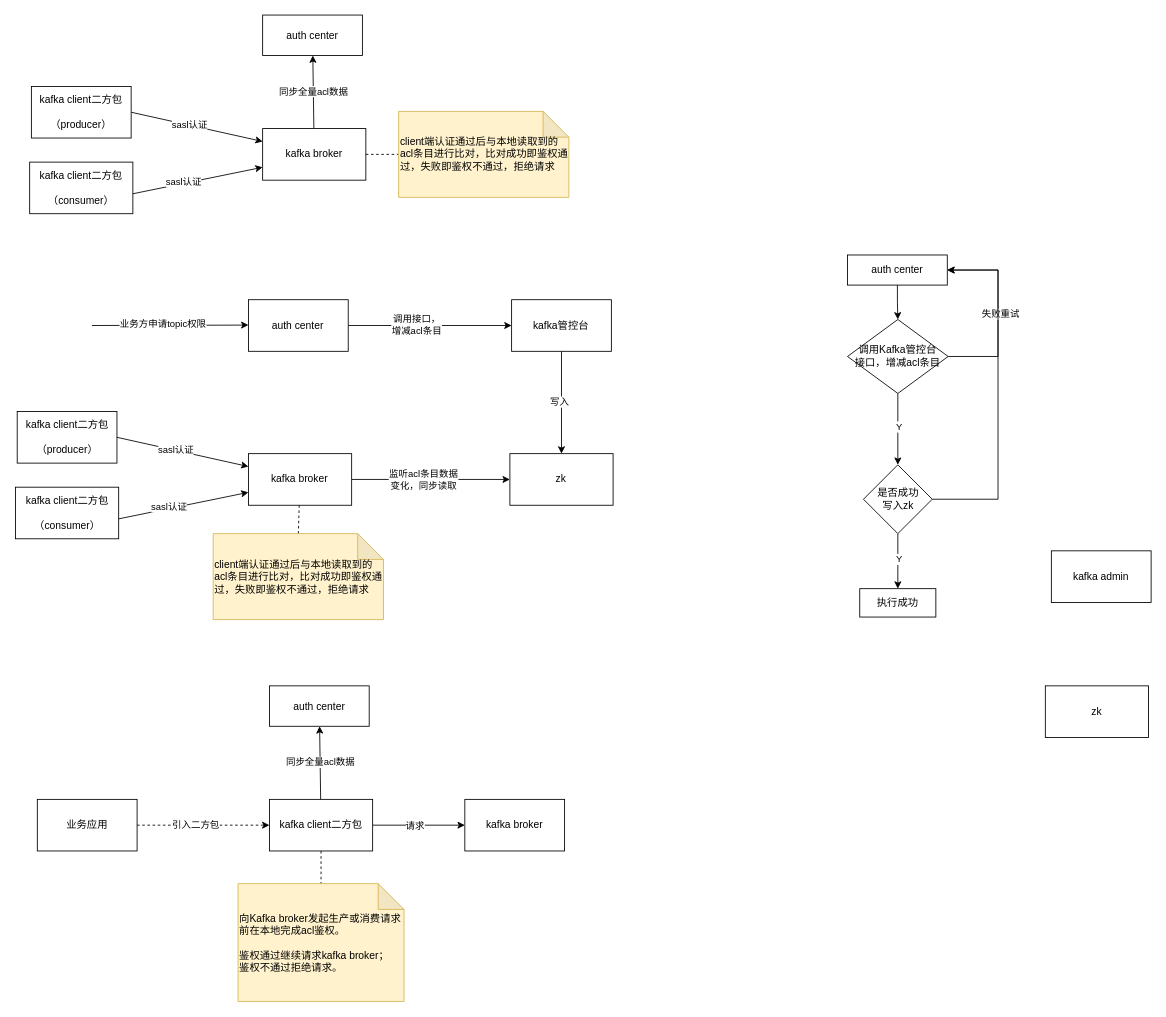
Above: kafka接入鉴权中心.drawio in gitcodeporter/draw-uml (draw.io), before the change. Source tidied: cells renumbered, new cells numbered last; positions are measured from the earlier drawing's top-left corner, leaving out a move shared by most shapes. Both pictures are drawn from the tidied source at 86%, with x=0, y=0 at pixel (15, 15).
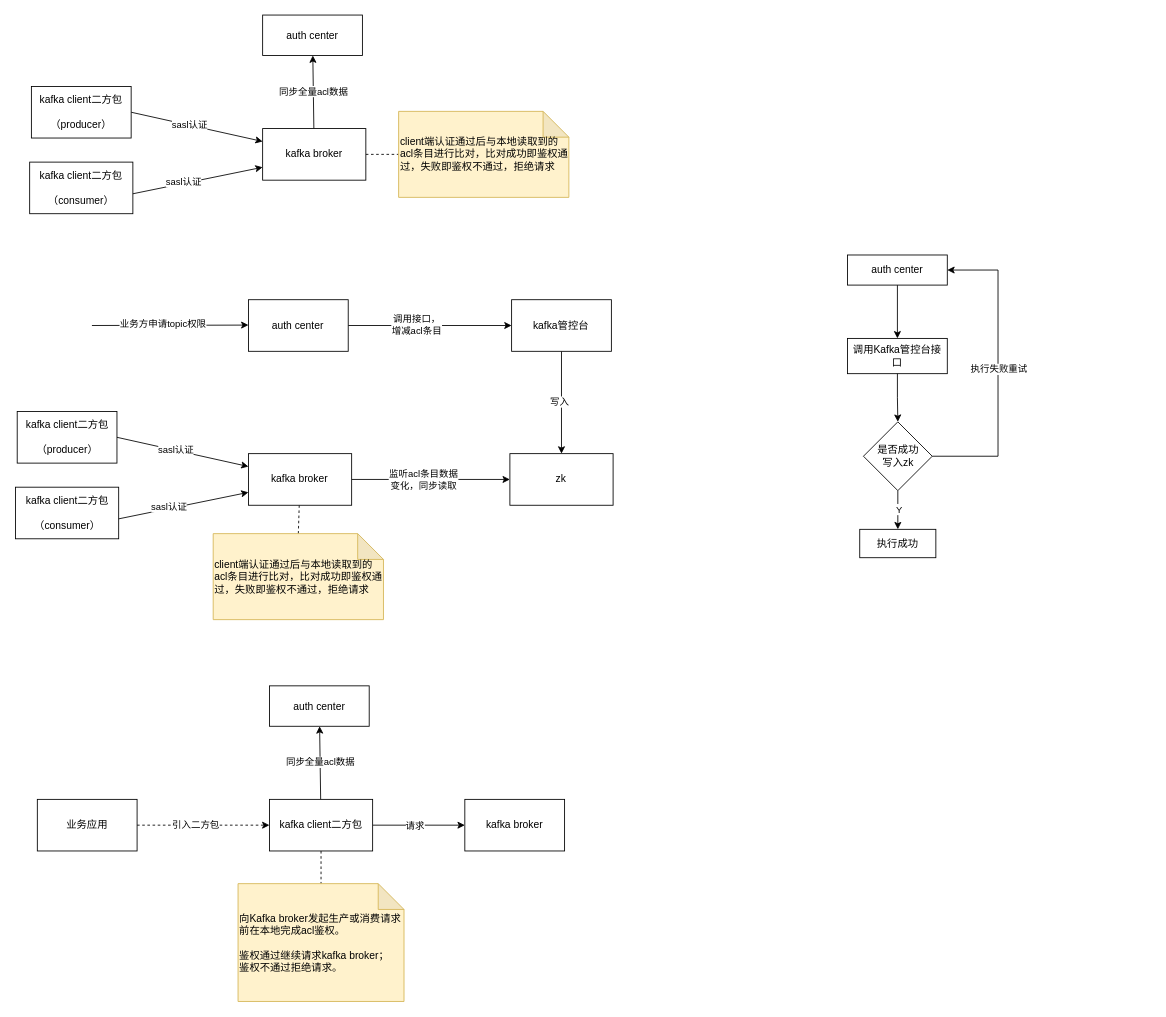
After the change.

Commit message:
更新kafka接入鉴权中心.drawio

The change refers to these unchanged cells:
```xml
<mxCell id="45" value="auth center" style="rounded=0;whiteSpace=wrap;html=1;" parent="1" vertex="1">
  <mxGeometry x="968" y="279" width="116" height="35" as="geometry" />
</mxCell>
```

What changed in the source:
```diff
@@
-    <mxCell id="44" style="edgeStyle=orthogonalEdgeStyle;rounded=0;jettySize=auto;html=1;" parent="1" edge="1" source="45" target="52">
+    <mxCell id="44" style="edgeStyle=orthogonalEdgeStyle;rounded=0;jettySize=auto;html=1;entryX=0.5;entryY=0;entryDx=0;entryDy=0;" parent="1" edge="1" source="45" target="46">
       <mxGeometry relative="1" as="geometry" />
     </mxCell>
@@
-    <mxCell id="46" value="kafka admin" style="rounded=0;whiteSpace=wrap;html=1;" parent="1" vertex="1">
-      <mxGeometry x="1205" y="623" width="116" height="60" as="geometry" />
+    <mxCell id="46" value="调用Kafka管控台接口" style="rounded=0;whiteSpace=wrap;html=1;" parent="1" vertex="1">
+      <mxGeometry x="968" y="376" width="116" height="41" as="geometry" />
     </mxCell>
-    <mxCell id="47" value="zk" style="rounded=0;whiteSpace=wrap;html=1;" parent="1" vertex="1">
-      <mxGeometry x="1198" y="780" width="120" height="60" as="geometry" />
-    </mxCell>
-    <mxCell id="48" style="edgeStyle=orthogonalEdgeStyle;rounded=0;jettySize=auto;html=1;entryX=1;entryY=0.5;entryDx=0;entryDy=0;exitX=1;exitY=0.5;exitDx=0;exitDy=0;" parent="1" edge="1" source="52" target="45">
-      <mxGeometry relative="1" as="geometry">
-        <Array as="points">
-          <mxPoint x="1143" y="397" />
-          <mxPoint x="1143" y="297" />
-        </Array>
-      </mxGeometry>
-    </mxCell>
-    <mxCell id="49" value="失败重试" style="edgeLabel;html=1;align=center;verticalAlign=middle;" parent="48" vertex="1">
-      <mxGeometry x="-0.01" y="-2" relative="1" as="geometry" />
-    </mxCell>
-    <mxCell id="50" style="edgeStyle=orthogonalEdgeStyle;rounded=0;jettySize=auto;html=1;" parent="1" edge="1" source="52" target="56">
+    <mxCell id="50" style="edgeStyle=orthogonalEdgeStyle;rounded=0;jettySize=auto;html=1;exitX=0.5;exitY=1;exitDx=0;exitDy=0;" parent="1" edge="1" source="46" target="56">
       <mxGeometry relative="1" as="geometry" />
     </mxCell>
-    <mxCell id="51" value="Y" style="edgeLabel;html=1;align=center;verticalAlign=middle;" parent="50" vertex="1">
-      <mxGeometry x="-0.08" y="1" relative="1" as="geometry" />
-    </mxCell>
-    <mxCell id="52" value="调用Kafka管控台&lt;br&gt;接口，增减acl条目" style="rhombus;whiteSpace=wrap;html=1;rounded=0;" parent="1" vertex="1">
-      <mxGeometry x="968" y="354" width="117" height="86" as="geometry" />
-    </mxCell>
@@
     <mxCell id="55" style="edgeStyle=orthogonalEdgeStyle;rounded=0;jettySize=auto;html=1;entryX=1;entryY=0.5;entryDx=0;entryDy=0;exitX=1;exitY=0.5;exitDx=0;exitDy=0;" parent="1" edge="1" source="56" target="45">
       <mxGeometry relative="1" as="geometry">
         <Array as="points">
-          <mxPoint x="1143" y="563" />
+          <mxPoint x="1143" y="513" />
           <mxPoint x="1143" y="297" />
         </Array>
       </mxGeometry>
     </mxCell>
+    <mxCell id="58" value="执行失败重试" style="edgeLabel;html=1;align=center;verticalAlign=middle;" parent="55" vertex="1">
+      <mxGeometry x="0.01" relative="1" as="geometry" />
+    </mxCell>
     <mxCell id="56" value="是否成功&lt;br&gt;写入zk" style="rhombus;whiteSpace=wrap;html=1;rounded=0;" parent="1" vertex="1">
-      <mxGeometry x="986.5" y="523" width="80" height="80" as="geometry" />
+      <mxGeometry x="986.5" y="473" width="80" height="80" as="geometry" />
     </mxCell>
     <mxCell id="57" value="执行成功" style="whiteSpace=wrap;html=1;rounded=0;" parent="1" vertex="1">
-      <mxGeometry x="982.2" y="667" width="88.5" height="33" as="geometry" />
+      <mxGeometry x="982.2" y="598" width="88.5" height="33" as="geometry" />
     </mxCell>
```
